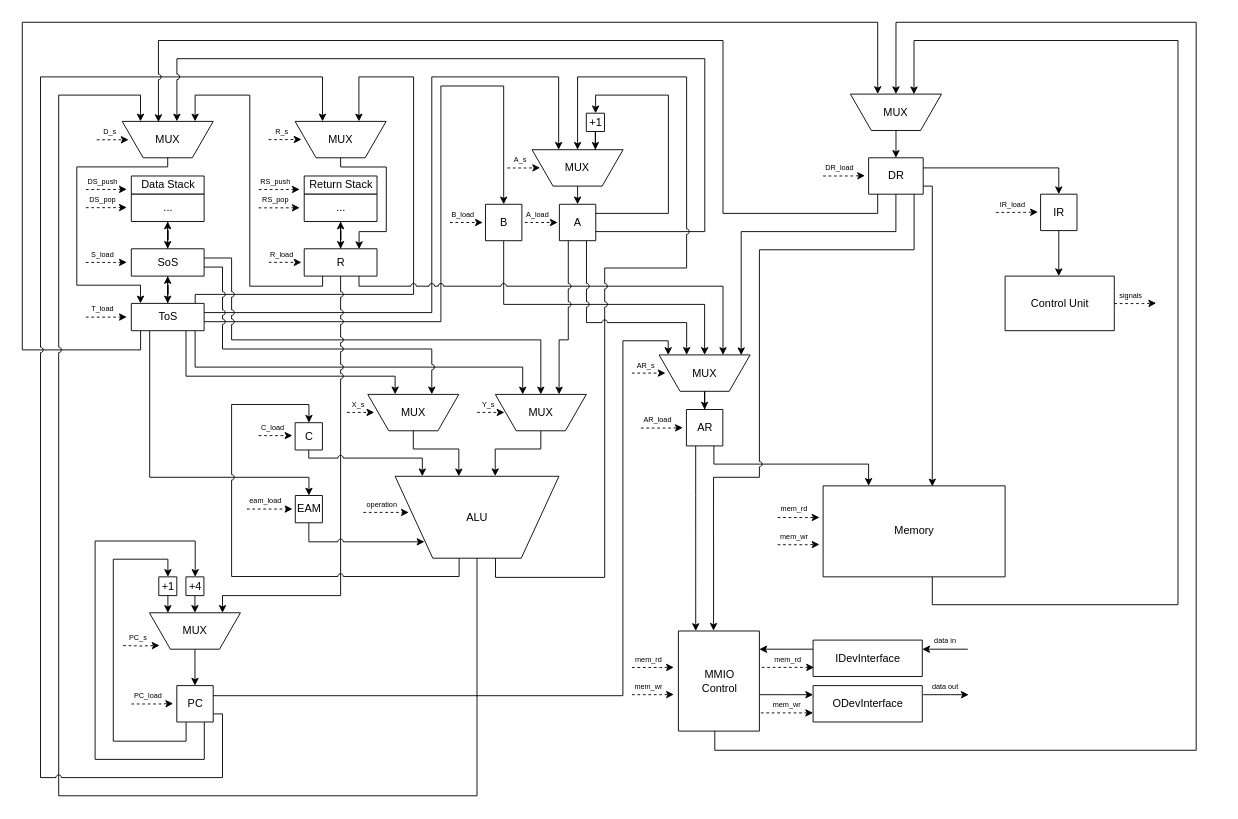
Before: lab3/scheme/f32a.drawio in TheGeniusOfEternity/computer-system-architecture, a draw.io diagram. Source tidied: cells renumbered, new cells numbered last; positions are measured from the earlier drawing's top-left corner, leaving out a move shared by most shapes. Both pictures are drawn from the tidied source at 91%, with x=0, y=0 at pixel (22, 22).
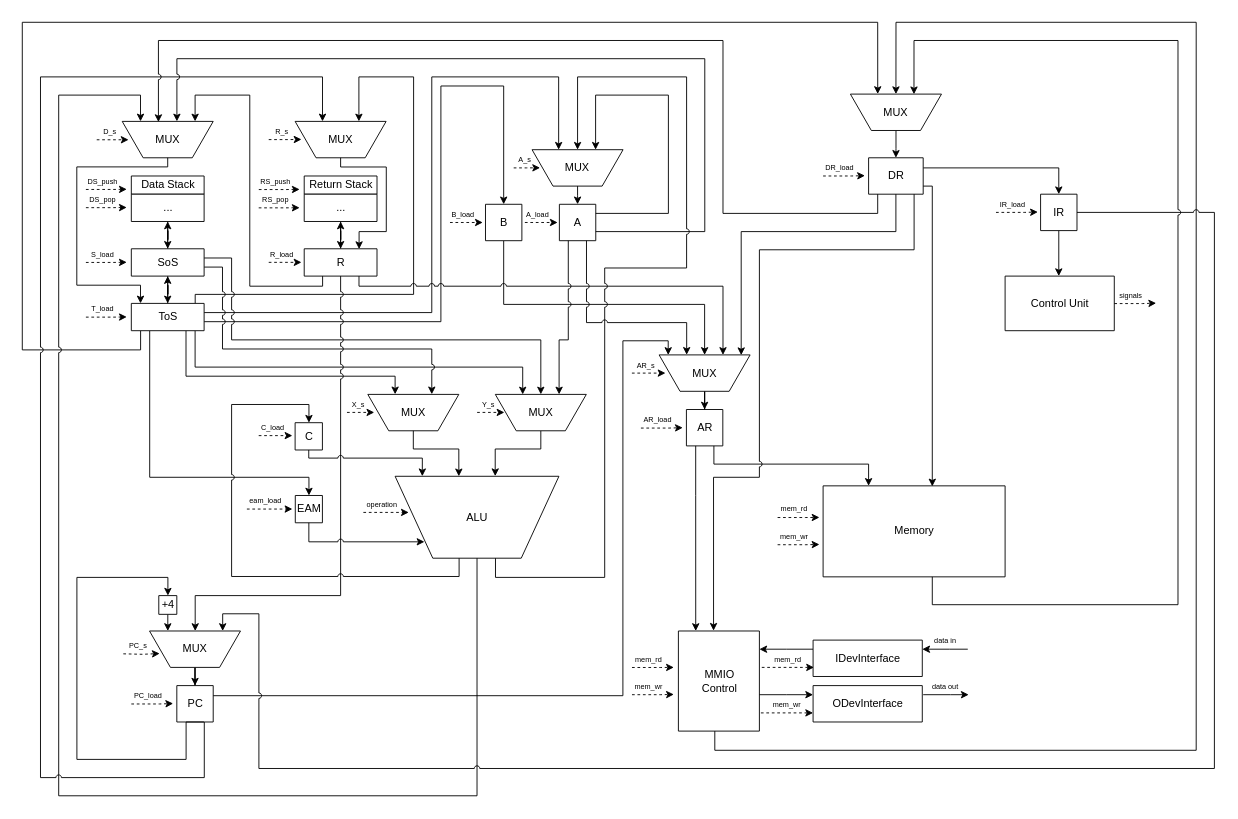
Above is the later version.

Commit message (it also covers changes not shown here):
feat(lab3|scheme): line from ir to pc

The change refers to these unchanged cells:
```xml
<mxCell id="30" value="R" style="verticalLabelPosition=middle;verticalAlign=middle;html=1;shape=mxgraph.basic.rect;fillColor2=none;strokeWidth=1;size=20;indent=5;labelPosition=center;align=center;" parent="1" vertex="1">
  <mxGeometry x="309.8" y="248.9" width="80" height="30" as="geometry" />
</mxCell>
<mxCell id="44" value="Memory" style="verticalLabelPosition=middle;verticalAlign=middle;html=1;shape=mxgraph.basic.rect;fillColor2=none;strokeWidth=1;size=20;indent=5;labelPosition=center;align=center;labelBackgroundColor=none;" parent="1" vertex="1">
  <mxGeometry x="880" y="509.4" width="200" height="100" as="geometry" />
</mxCell>
<mxCell id="47" value="PC" style="verticalLabelPosition=middle;verticalAlign=middle;html=1;shape=mxgraph.basic.rect;fillColor2=none;strokeWidth=1;size=0;indent=5;labelPosition=center;align=center;" parent="1" vertex="1">
  <mxGeometry x="169.8" y="728.9" width="40" height="40" as="geometry" />
</mxCell>
<mxCell id="57" value="A" style="verticalLabelPosition=middle;verticalAlign=middle;html=1;shape=mxgraph.basic.rect;fillColor2=none;strokeWidth=1;size=20;indent=5;labelPosition=center;align=center;" parent="1" vertex="1">
  <mxGeometry x="590.2" y="200" width="40" height="40" as="geometry" />
</mxCell>
<mxCell id="59" value="MUX" style="verticalLabelPosition=middle;verticalAlign=middle;html=1;shape=trapezoid;perimeter=trapezoidPerimeter;whiteSpace=wrap;size=0.23;arcSize=10;flipV=1;labelPosition=center;align=center;" parent="1" vertex="1">
  <mxGeometry x="560.2" y="140" width="100" height="40" as="geometry" />
</mxCell>
<mxCell id="78" value="IR" style="verticalLabelPosition=middle;verticalAlign=middle;html=1;shape=mxgraph.basic.rect;fillColor2=none;strokeWidth=1;size=0;indent=5;labelPosition=center;align=center;" parent="1" vertex="1">
  <mxGeometry x="1119" y="188.9" width="40" height="40" as="geometry" />
</mxCell>
<mxCell id="116" value="MUX" style="verticalLabelPosition=middle;verticalAlign=middle;html=1;shape=trapezoid;perimeter=trapezoidPerimeter;whiteSpace=wrap;size=0.23;arcSize=10;flipV=1;labelPosition=center;align=center;" parent="1" vertex="1">
  <mxGeometry x="910" y="78.9" width="100.1" height="40" as="geometry" />
</mxCell>
```

What changed in the source:
```diff
@@
     <mxCell id="29" style="edgeStyle=orthogonalEdgeStyle;rounded=0;jettySize=auto;html=1;jumpStyle=arc;" parent="1" edge="1" source="30" target="50">
       <mxGeometry relative="1" as="geometry">
         <Array as="points">
           <mxPoint x="350" y="630" />
-          <mxPoint x="220" y="630" />
+          <mxPoint x="190" y="630" />
         </Array>
       </mxGeometry>
     </mxCell>
@@
     <mxCell id="46" style="edgeStyle=orthogonalEdgeStyle;rounded=0;jettySize=auto;html=1;jumpStyle=arc;" parent="1" edge="1" source="47">
       <mxGeometry relative="1" as="geometry">
         <mxPoint x="329.9" y="108.9" as="targetPoint" />
         <Array as="points">
-          <mxPoint x="220" y="760" />
-          <mxPoint x="220" y="830" />
+          <mxPoint x="200" y="830" />
           <mxPoint x="20" y="830" />
           <mxPoint x="20" y="60" />
           <mxPoint x="330" y="60" />
         </Array>
       </mxGeometry>
     </mxCell>
@@
     <mxCell id="50" value="MUX" style="verticalLabelPosition=middle;verticalAlign=middle;html=1;shape=trapezoid;perimeter=trapezoidPerimeter;whiteSpace=wrap;size=0.23;arcSize=10;flipV=1;labelPosition=center;align=center;" parent="1" vertex="1">
-      <mxGeometry x="139.7" y="648.9" width="100" height="40" as="geometry" />
+      <mxGeometry x="139.8" y="668.9" width="100" height="40" as="geometry" />
     </mxCell>
     <mxCell id="51" value="&lt;span style=&quot;font-size: 8px;&quot;&gt;PC_s&lt;/span&gt;" style="edgeStyle=orthogonalEdgeStyle;rounded=0;orthogonalLoop=1;jettySize=auto;html=1;dashed=1;labelBackgroundColor=none;" parent="1" edge="1">
       <mxGeometry x="-0.2" y="10" relative="1" as="geometry">
-        <mxPoint x="110.8" y="684.9" as="sourcePoint" />
-        <mxPoint x="150.8" y="684.7" as="targetPoint" />
+        <mxPoint x="111" y="694" as="sourcePoint" />
+        <mxPoint x="151" y="693.7" as="targetPoint" />
       </mxGeometry>
     </mxCell>
-    <mxCell id="52" value="+1" style="verticalLabelPosition=middle;verticalAlign=middle;html=1;shape=mxgraph.basic.rect;fillColor2=none;strokeWidth=1;size=8.5;indent=5;labelPosition=center;align=center;" parent="1" vertex="1">
-      <mxGeometry x="150" y="609.4" width="19.8" height="20.6" as="geometry" />
-    </mxCell>
@@
-    <mxCell id="55" style="edgeStyle=orthogonalEdgeStyle;rounded=0;jettySize=auto;html=1;" parent="1" edge="1" source="47" target="52">
-      <mxGeometry relative="1" as="geometry">
-        <Array as="points">
-          <mxPoint x="180" y="790" />
-          <mxPoint x="100" y="790" />
-          <mxPoint x="100" y="590" />
-          <mxPoint x="160" y="590" />
-        </Array>
-      </mxGeometry>
-    </mxCell>
@@
-    <mxCell id="61" value="+1" style="verticalLabelPosition=middle;verticalAlign=middle;html=1;shape=mxgraph.basic.rect;fillColor2=none;strokeWidth=1;size=8.5;indent=5;labelPosition=center;align=center;" parent="1" vertex="1">
-      <mxGeometry x="619.8" y="99.9" width="20" height="20.1" as="geometry" />
-    </mxCell>
-    <mxCell id="62" style="edgeStyle=orthogonalEdgeStyle;rounded=0;jettySize=auto;html=1;" parent="1" edge="1" source="57" target="61">
+    <mxCell id="62" style="edgeStyle=orthogonalEdgeStyle;rounded=0;jettySize=auto;html=1;entryX=0.698;entryY=1;entryDx=0;entryDy=0;entryPerimeter=0;" parent="1" edge="1" source="57" target="59">
       <mxGeometry relative="1" as="geometry">
         <Array as="points">
           <mxPoint x="710" y="210" />
           <mxPoint x="710" y="80" />
           <mxPoint x="630" y="80" />
         </Array>
       </mxGeometry>
     </mxCell>
@@
     <mxCell id="66" value="&lt;span style=&quot;font-size: 8px;&quot;&gt;A_s&lt;/span&gt;" style="edgeStyle=orthogonalEdgeStyle;rounded=0;orthogonalLoop=1;jettySize=auto;html=1;dashed=1;labelBackgroundColor=none;" parent="1" edge="1">
       <mxGeometry x="-0.2" y="10" relative="1" as="geometry">
-        <mxPoint x="533" y="160.1" as="sourcePoint" />
+        <mxPoint x="540" y="160" as="sourcePoint" />
         <mxPoint x="569" y="159.9" as="targetPoint" />
         <Array as="points">
           <mxPoint x="554" y="160.1" />
         </Array>
       </mxGeometry>
     </mxCell>
@@
     <mxCell id="74" style="edgeStyle=orthogonalEdgeStyle;rounded=0;jettySize=auto;html=1;" parent="1" edge="1" source="75" target="50">
       <mxGeometry relative="1" as="geometry">
         <Array as="points">
-          <mxPoint x="189.8" y="649.9" />
-          <mxPoint x="189.8" y="649.9" />
+          <mxPoint x="160" y="640" />
+          <mxPoint x="160" y="640" />
         </Array>
       </mxGeometry>
     </mxCell>
     <mxCell id="75" value="+4" style="verticalLabelPosition=middle;verticalAlign=middle;html=1;shape=mxgraph.basic.rect;fillColor2=none;strokeWidth=1;size=8.5;indent=5;labelPosition=center;align=center;" parent="1" vertex="1">
-      <mxGeometry x="179.8" y="609.4" width="19.8" height="20.6" as="geometry" />
+      <mxGeometry x="150" y="630" width="19.8" height="20.6" as="geometry" />
     </mxCell>
-    <mxCell id="76" style="edgeStyle=orthogonalEdgeStyle;rounded=0;jettySize=auto;html=1;" parent="1" edge="1" source="47" target="75">
+    <mxCell id="76" style="edgeStyle=orthogonalEdgeStyle;rounded=0;jettySize=auto;html=1;" parent="1" edge="1" target="75">
       <mxGeometry relative="1" as="geometry">
+        <mxPoint x="199.6" y="768.9" as="sourcePoint" />
         <Array as="points">
-          <mxPoint x="200" y="810" />
-          <mxPoint x="80" y="810" />
-          <mxPoint x="80" y="570" />
-          <mxPoint x="190" y="570" />
+          <mxPoint x="180" y="769" />
+          <mxPoint x="180" y="810" />
+          <mxPoint x="60" y="810" />
+          <mxPoint x="60" y="610" />
+          <mxPoint x="160" y="610" />
         </Array>
       </mxGeometry>
     </mxCell>
@@
+    <mxCell id="126" style="edgeStyle=orthogonalEdgeStyle;rounded=0;jettySize=auto;html=1;entryX=0.804;entryY=1;entryDx=0;entryDy=0;entryPerimeter=0;jumpStyle=arc;" parent="1" edge="1" source="78" target="50">
+      <mxGeometry relative="1" as="geometry">
+        <Array as="points">
+          <mxPoint x="1310" y="209" />
+          <mxPoint x="1310" y="820" />
+          <mxPoint x="260" y="820" />
+          <mxPoint x="260" y="650" />
+          <mxPoint x="220" y="650" />
+        </Array>
+      </mxGeometry>
+    </mxCell>
@@
-    <mxCell id="120" style="edgeStyle=orthogonalEdgeStyle;rounded=0;jettySize=auto;html=1;entryX=0.698;entryY=0.996;entryDx=0;entryDy=0;entryPerimeter=0;" parent="1" edge="1" source="44" target="116">
+    <mxCell id="120" style="edgeStyle=orthogonalEdgeStyle;rounded=0;jettySize=auto;html=1;entryX=0.698;entryY=0.996;entryDx=0;entryDy=0;entryPerimeter=0;jumpStyle=arc;" parent="1" edge="1" source="44" target="116">
       <mxGeometry relative="1" as="geometry">
         <Array as="points">
           <mxPoint x="1000" y="640" />
           <mxPoint x="1270" y="640" />
           <mxPoint x="1270" y="20" />
           <mxPoint x="980" y="20" />
         </Array>
       </mxGeometry>
     </mxCell>
@@
-    <mxCell id="122" style="edgeStyle=orthogonalEdgeStyle;rounded=0;orthogonalLoop=1;jettySize=auto;html=1;" parent="1" edge="1">
-      <mxGeometry relative="1" as="geometry">
-        <mxPoint x="160" y="630" as="sourcePoint" />
-        <mxPoint x="160" y="649" as="targetPoint" />
-        <Array as="points">
-          <mxPoint x="160" y="639" />
-          <mxPoint x="160" y="639" />
-        </Array>
-      </mxGeometry>
-    </mxCell>
@@
-    <mxCell id="124" style="edgeStyle=orthogonalEdgeStyle;rounded=0;jettySize=auto;html=1;entryX=0.696;entryY=1;entryDx=0;entryDy=0;entryPerimeter=0;" parent="1" edge="1" source="61" target="59">
-      <mxGeometry relative="1" as="geometry" />
-    </mxCell>
```
